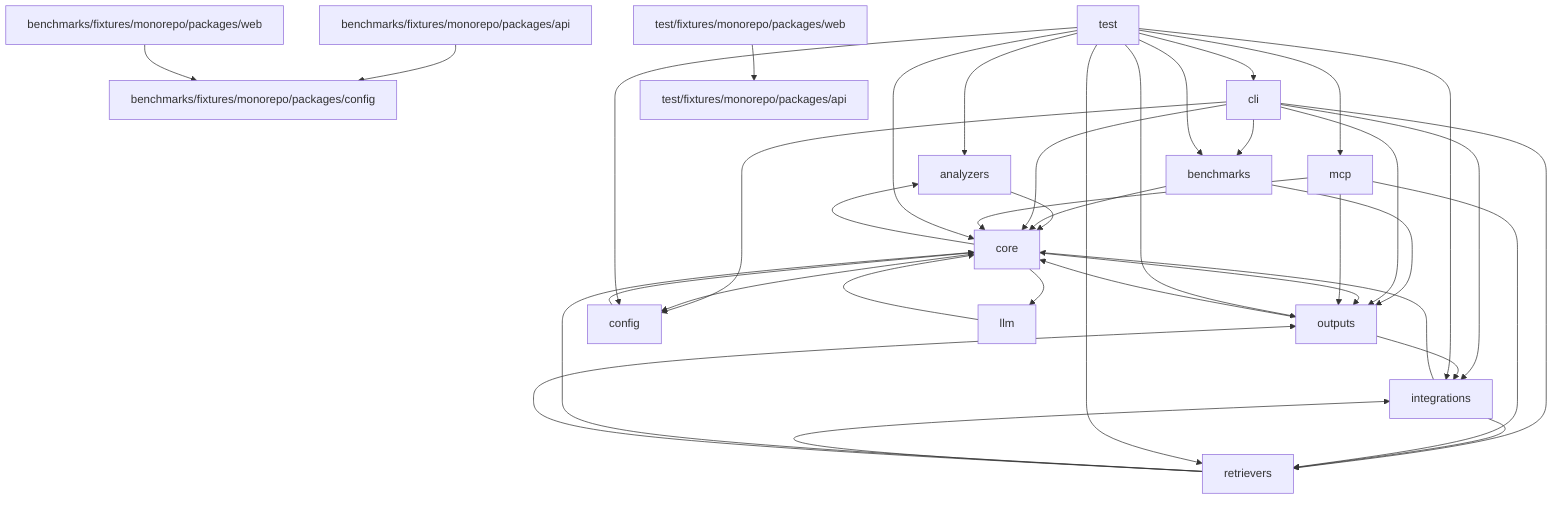
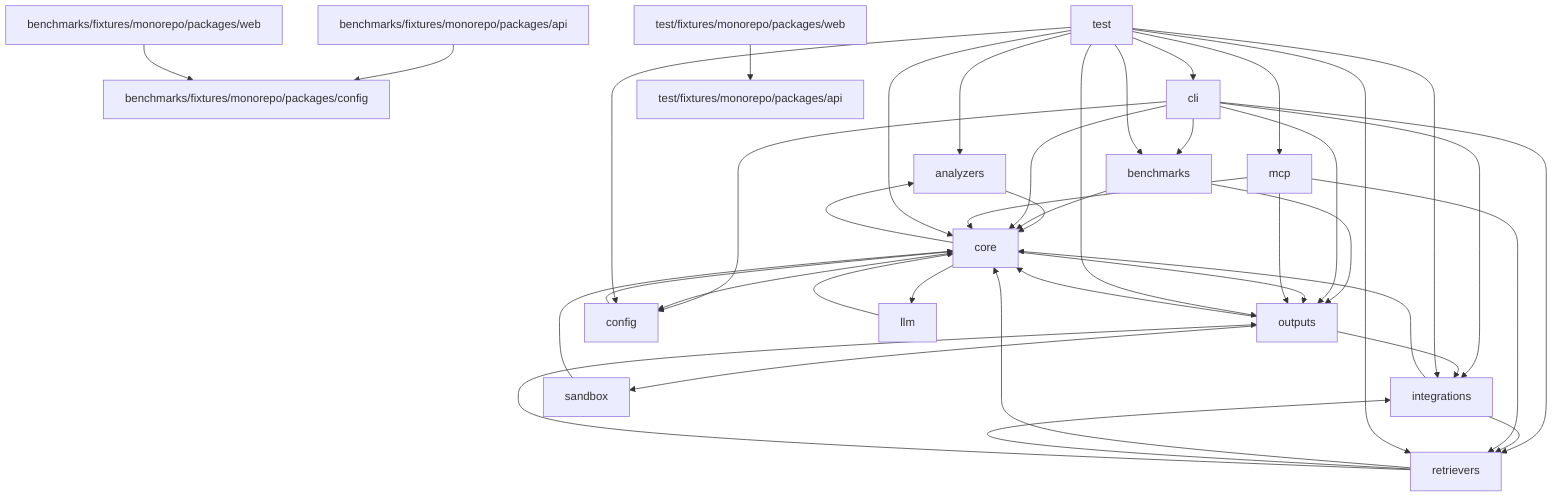
graph TD
  analyzers["analyzers"] --> core["core"]
  benchmarks["benchmarks"] --> core["core"]
  benchmarks["benchmarks"] --> outputs["outputs"]
  benchmarks_fixtures_monorepo_packages_api["benchmarks/fixtures/monorepo/packages/api"] --> benchmarks_fixtures_monorepo_packages_config["benchmarks/fixtures/monorepo/packages/config"]
  benchmarks_fixtures_monorepo_packages_web["benchmarks/fixtures/monorepo/packages/web"] --> benchmarks_fixtures_monorepo_packages_config["benchmarks/fixtures/monorepo/packages/config"]
  cli["cli"] --> benchmarks["benchmarks"]
  cli["cli"] --> config["config"]
  cli["cli"] --> core["core"]
  cli["cli"] --> integrations["integrations"]
  cli["cli"] --> outputs["outputs"]
  cli["cli"] --> retrievers["retrievers"]
  config["config"] --> core["core"]
  core["core"] --> analyzers["analyzers"]
  core["core"] --> config["config"]
  core["core"] --> llm["llm"]
  core["core"] --> outputs["outputs"]
  integrations["integrations"] --> core["core"]
  integrations["integrations"] --> retrievers["retrievers"]
  llm["llm"] --> core["core"]
  mcp["mcp"] --> core["core"]
  mcp["mcp"] --> outputs["outputs"]
  mcp["mcp"] --> retrievers["retrievers"]
  outputs["outputs"] --> core["core"]
  outputs["outputs"] --> integrations["integrations"]
+   outputs["outputs"] --> sandbox["sandbox"]
  retrievers["retrievers"] --> core["core"]
  retrievers["retrievers"] --> integrations["integrations"]
  retrievers["retrievers"] --> outputs["outputs"]
+   sandbox["sandbox"] --> core["core"]
  test["test"] --> analyzers["analyzers"]
  test["test"] --> benchmarks["benchmarks"]
  test["test"] --> cli["cli"]
  test["test"] --> config["config"]
  test["test"] --> core["core"]
  test["test"] --> integrations["integrations"]
  test["test"] --> mcp["mcp"]
  test["test"] --> outputs["outputs"]
  test["test"] --> retrievers["retrievers"]
  test_fixtures_monorepo_packages_web["test/fixtures/monorepo/packages/web"] --> test_fixtures_monorepo_packages_api["test/fixtures/monorepo/packages/api"]
